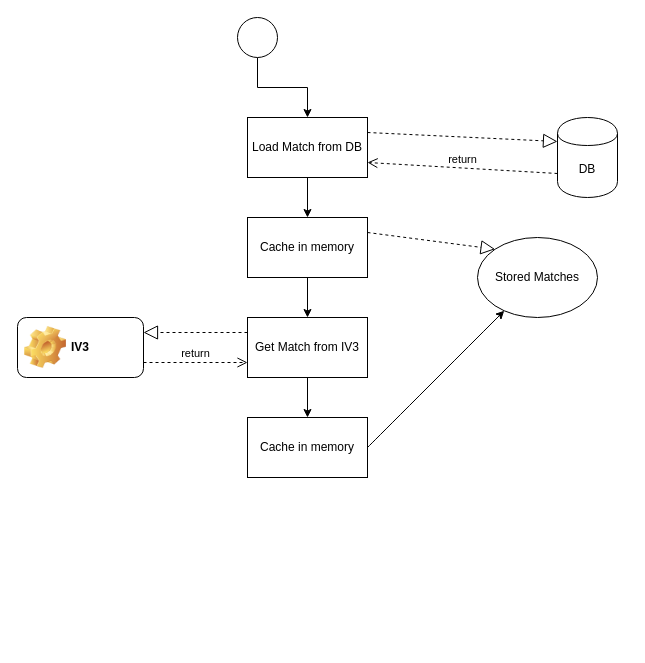
Before: page "Match Refresh" (4 of 7) of Documents/PushAs.drawio in ponik/DMFramework, a draw.io diagram. Source tidied: cells renumbered, new cells numbered last; positions are measured from the earlier drawing's top-left corner, leaving out a move shared by most shapes. Both pictures are drawn from the tidied source at 100%, with x=0, y=0 at pixel (17, 17).
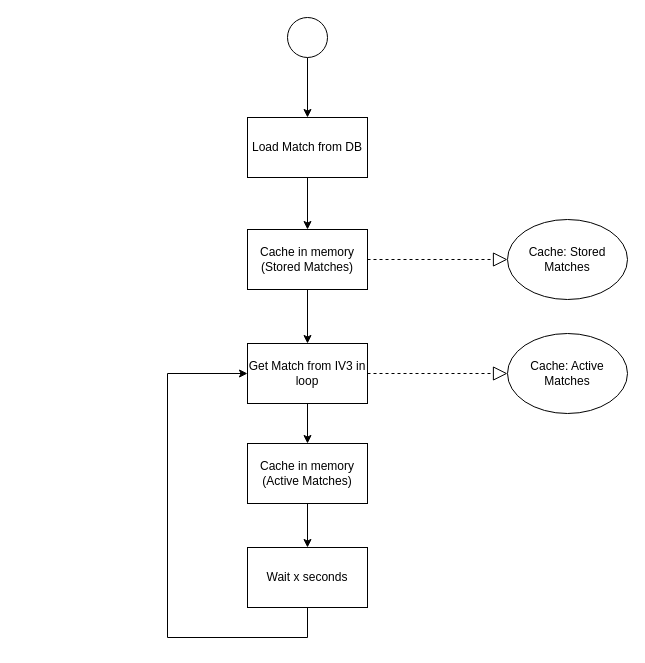
The same diagram, later.

Change to the diagram source:
```diff
@@
 <mxGraphModel>
   <root>
     <mxCell id="0" />
     <mxCell id="1" parent="0" />
-    <mxCell id="2" value="DB" style="shape=cylinder;whiteSpace=wrap;html=1;boundedLbl=1;backgroundOutline=1;" parent="1" vertex="1">
-      <mxGeometry x="540" y="100" width="60" height="80" as="geometry" />
-    </mxCell>
-    <mxCell id="3" value="IV3" style="label;whiteSpace=wrap;html=1;image=img/clipart/Gear_128x128.png;" parent="1" vertex="1">
-      <mxGeometry y="300" width="126" height="60" as="geometry" />
-    </mxCell>
     <mxCell id="4" style="edgeStyle=orthogonalEdgeStyle;rounded=0;jettySize=auto;html=1;entryX=0.5;entryY=0;entryDx=0;entryDy=0;" parent="1" edge="1" source="5" target="9">
       <mxGeometry relative="1" as="geometry" />
     </mxCell>
     <mxCell id="5" style="ellipse;whiteSpace=wrap;html=1;" parent="1" vertex="1">
-      <mxGeometry x="220" width="40" height="40" as="geometry" />
+      <mxGeometry x="270" width="40" height="40" as="geometry" />
     </mxCell>
     <mxCell id="6" style="edgeStyle=orthogonalEdgeStyle;rounded=0;jettySize=auto;html=1;entryX=0.5;entryY=0;entryDx=0;entryDy=0;" parent="1" edge="1" source="7" target="17">
       <mxGeometry relative="1" as="geometry" />
     </mxCell>
-    <mxCell id="7" value="Get Match from IV3" style="rounded=0;whiteSpace=wrap;html=1;" parent="1" vertex="1">
-      <mxGeometry x="230" y="300" width="120" height="60" as="geometry" />
+    <mxCell id="7" value="Get Match from IV3 in loop" style="rounded=0;whiteSpace=wrap;html=1;" parent="1" vertex="1">
+      <mxGeometry x="230" y="326" width="120" height="60" as="geometry" />
     </mxCell>
     <mxCell id="8" style="edgeStyle=orthogonalEdgeStyle;rounded=0;jettySize=auto;html=1;entryX=0.5;entryY=0;entryDx=0;entryDy=0;" parent="1" edge="1" source="9" target="11">
       <mxGeometry relative="1" as="geometry" />
     </mxCell>
     <mxCell id="9" value="Load Match from DB" style="rounded=0;whiteSpace=wrap;html=1;" parent="1" vertex="1">
       <mxGeometry x="230" y="100" width="120" height="60" as="geometry" />
     </mxCell>
     <mxCell id="10" style="edgeStyle=orthogonalEdgeStyle;rounded=0;jettySize=auto;html=1;entryX=0.5;entryY=0;entryDx=0;entryDy=0;" parent="1" edge="1" source="11" target="7">
       <mxGeometry relative="1" as="geometry" />
     </mxCell>
-    <mxCell id="11" value="Cache in memory" style="rounded=0;whiteSpace=wrap;html=1;" parent="1" vertex="1">
-      <mxGeometry x="230" y="200" width="120" height="60" as="geometry" />
+    <mxCell id="11" value="Cache in memory&lt;br&gt;(Stored Matches)" style="rounded=0;whiteSpace=wrap;html=1;" parent="1" vertex="1">
+      <mxGeometry x="230" y="212" width="120" height="60" as="geometry" />
     </mxCell>
-    <mxCell id="12" value="Stored Matches" style="ellipse;whiteSpace=wrap;html=1;" parent="1" vertex="1">
-      <mxGeometry x="460" y="220" width="120" height="80" as="geometry" />
-    </mxCell>
-    <mxCell id="13" value="return" style="html=1;verticalAlign=bottom;endArrow=open;dashed=1;endSize=8;exitX=1;exitY=0.75;exitDx=0;exitDy=0;entryX=0;entryY=0.75;entryDx=0;entryDy=0;" parent="1" edge="1" source="3" target="7">
-      <mxGeometry relative="1" as="geometry" />
-    </mxCell>
-    <mxCell id="14" style="endArrow=block;dashed=1;endFill=0;endSize=12;html=1;entryX=1;entryY=0.25;entryDx=0;entryDy=0;exitX=0;exitY=0.25;exitDx=0;exitDy=0;" parent="1" edge="1" source="7" target="3">
-      <mxGeometry relative="1" as="geometry" />
-    </mxCell>
-    <mxCell id="15" style="endArrow=block;dashed=1;endFill=0;endSize=12;html=1;exitX=1;exitY=0.25;exitDx=0;exitDy=0;entryX=0;entryY=0.3;entryDx=0;entryDy=0;" parent="1" edge="1" source="9" target="2">
-      <mxGeometry relative="1" as="geometry" />
-    </mxCell>
-    <mxCell id="16" value="return" style="html=1;verticalAlign=bottom;endArrow=open;dashed=1;endSize=8;exitX=0;exitY=0.7;exitDx=0;exitDy=0;entryX=1;entryY=0.75;entryDx=0;entryDy=0;" parent="1" edge="1" source="2" target="9">
-      <mxGeometry relative="1" as="geometry" />
-    </mxCell>
+    <mxCell id="20" style="edgeStyle=orthogonalEdgeStyle;rounded=0;jettySize=auto;html=1;entryX=0;entryY=0.5;entryDx=0;entryDy=0;exitX=0.5;exitY=1;exitDx=0;exitDy=0;" parent="1" edge="1" source="22" target="7">
+      <mxGeometry relative="1" as="geometry">
+        <Array as="points">
+          <mxPoint x="290" y="620" />
+          <mxPoint x="150" y="620" />
+          <mxPoint x="150" y="356" />
+        </Array>
+      </mxGeometry>
+    </mxCell>
+    <mxCell id="21" style="edgeStyle=orthogonalEdgeStyle;rounded=0;jettySize=auto;html=1;entryX=0.5;entryY=0;entryDx=0;entryDy=0;" parent="1" edge="1" source="17" target="22">
+      <mxGeometry relative="1" as="geometry" />
+    </mxCell>
-    <mxCell id="17" value="Cache in memory" style="rounded=0;whiteSpace=wrap;html=1;" parent="1" vertex="1">
-      <mxGeometry x="230" y="400" width="120" height="60" as="geometry" />
+    <mxCell id="17" value="Cache in memory&lt;br&gt;(Active Matches)" style="rounded=0;whiteSpace=wrap;html=1;" parent="1" vertex="1">
+      <mxGeometry x="230" y="426" width="120" height="60" as="geometry" />
     </mxCell>
-    <mxCell id="18" style="endArrow=block;dashed=1;endFill=0;endSize=12;html=1;exitX=1;exitY=0.25;exitDx=0;exitDy=0;entryX=0;entryY=0;entryDx=0;entryDy=0;" parent="1" edge="1" source="11" target="12">
-      <mxGeometry relative="1" as="geometry" />
-    </mxCell>
-    <mxCell id="19" style="curved=1;endArrow=classic;html=1;exitX=1;exitY=0.5;exitDx=0;exitDy=0;" parent="1" edge="1" source="17" target="12">
-      <mxGeometry relative="1" as="geometry" />
-    </mxCell>
+    <mxCell id="22" value="Wait x seconds" style="rounded=0;whiteSpace=wrap;html=1;" parent="1" vertex="1">
+      <mxGeometry x="230" y="530" width="120" height="60" as="geometry" />
+    </mxCell>
+    <mxCell id="23" value="Cache: Stored Matches" style="ellipse;whiteSpace=wrap;html=1;" parent="1" vertex="1">
+      <mxGeometry x="490" y="202" width="120" height="80" as="geometry" />
+    </mxCell>
+    <mxCell id="24" value="Cache: Active Matches" style="ellipse;whiteSpace=wrap;html=1;" parent="1" vertex="1">
+      <mxGeometry x="490" y="316" width="120" height="80" as="geometry" />
+    </mxCell>
+    <mxCell id="25" style="endArrow=block;dashed=1;endFill=0;endSize=12;html=1;exitX=1;exitY=0.5;exitDx=0;exitDy=0;entryX=0;entryY=0.5;entryDx=0;entryDy=0;" parent="1" edge="1" source="7" target="24">
+      <mxGeometry relative="1" as="geometry" />
+    </mxCell>
+    <mxCell id="26" style="endArrow=block;dashed=1;endFill=0;endSize=12;html=1;exitX=1;exitY=0.5;exitDx=0;exitDy=0;entryX=0;entryY=0.5;entryDx=0;entryDy=0;" parent="1" edge="1" source="11" target="23">
+      <mxGeometry relative="1" as="geometry" />
+    </mxCell>
   </root>
 </mxGraphModel>
```
